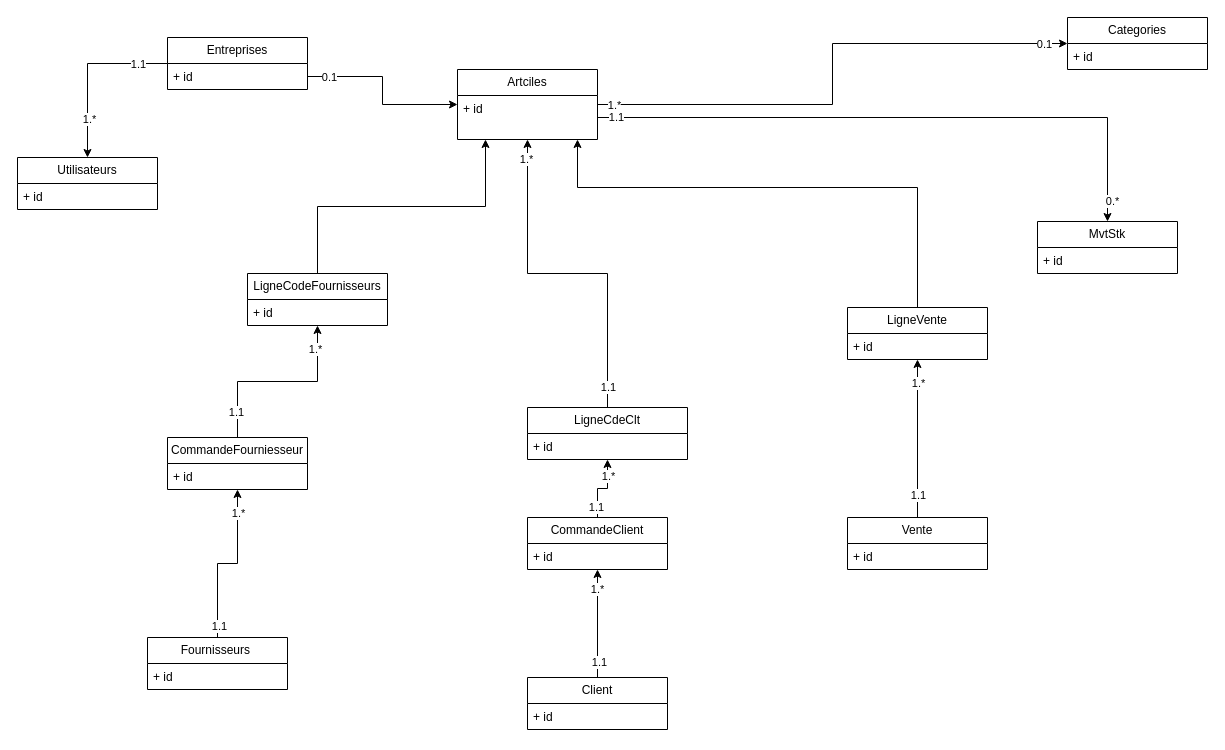
Above: DiagrammeDeClasseGestionDeStocks.drawio in hsanou/Gestionsdestoks (draw.io), before the change. Source tidied: cells renumbered, new cells numbered last; positions are measured from the earlier drawing's top-left corner, leaving out a move shared by most shapes. Both pictures are drawn from the tidied source at 100%, with x=0, y=0 at pixel (17, 17).
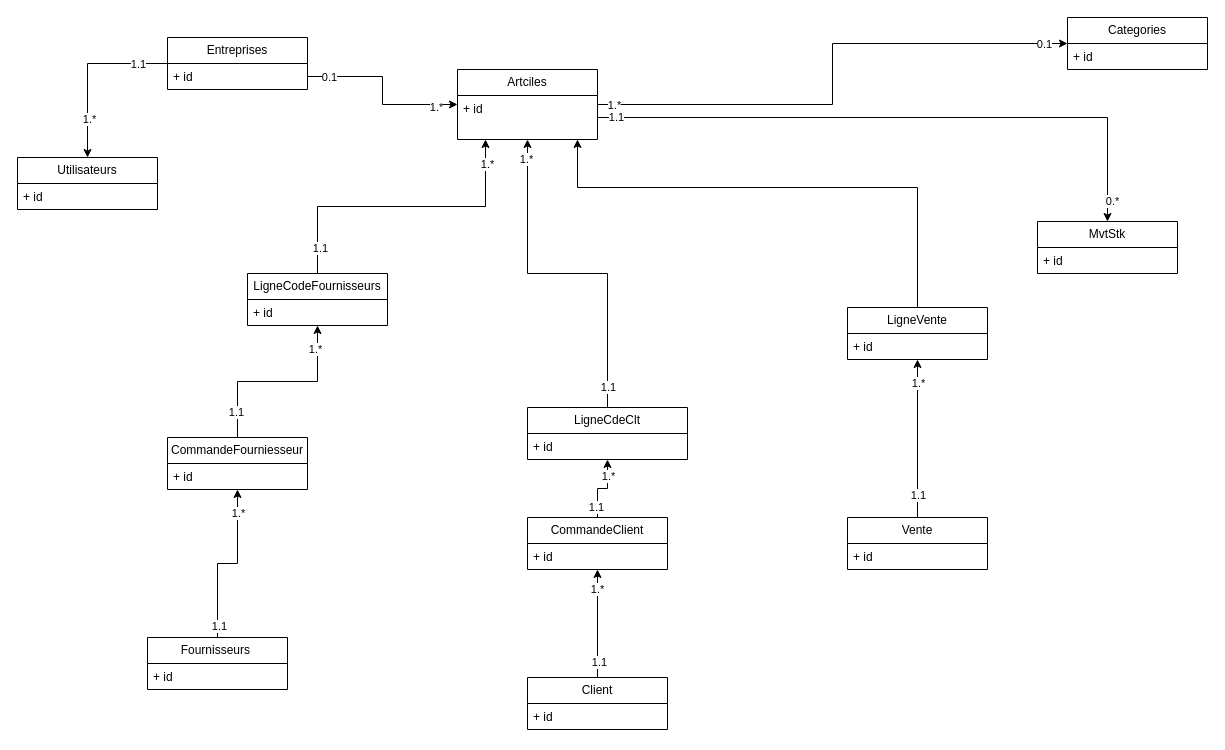
After the change.

Commit message:
Mettre à jour DiagrammeDeClasseGestionDeStocks.drawio

The change refers to these unchanged cells:
```xml
<mxCell id="29" style="edgeStyle=orthogonalEdgeStyle;rounded=0;jettySize=auto;html=1;entryX=0.2;entryY=1;entryDx=0;entryDy=0;entryPerimeter=0;" parent="1" edge="1" source="30" target="16">
  <mxGeometry relative="1" as="geometry" />
</mxCell>
<mxCell id="57" style="edgeStyle=orthogonalEdgeStyle;rounded=0;jettySize=auto;html=1;" parent="1" edge="1" source="6" target="15">
  <mxGeometry relative="1" as="geometry" />
</mxCell>
```

Change to the diagram source:
```diff
@@
+    <mxCell id="59" value="1.*" style="edgeLabel;html=1;align=center;verticalAlign=middle;" parent="29" vertex="1">
+      <mxGeometry x="0.84" y="-1" relative="1" as="geometry" />
+    </mxCell>
+    <mxCell id="60" value="1.1" style="edgeLabel;html=1;align=center;verticalAlign=middle;" parent="29" vertex="1">
+      <mxGeometry x="-0.83" y="-2" relative="1" as="geometry" />
+    </mxCell>
@@
+    <mxCell id="61" value="1.*" style="edgeLabel;html=1;align=center;verticalAlign=middle;" parent="57" vertex="1">
+      <mxGeometry x="0.75" y="-2" relative="1" as="geometry" />
+    </mxCell>
```
